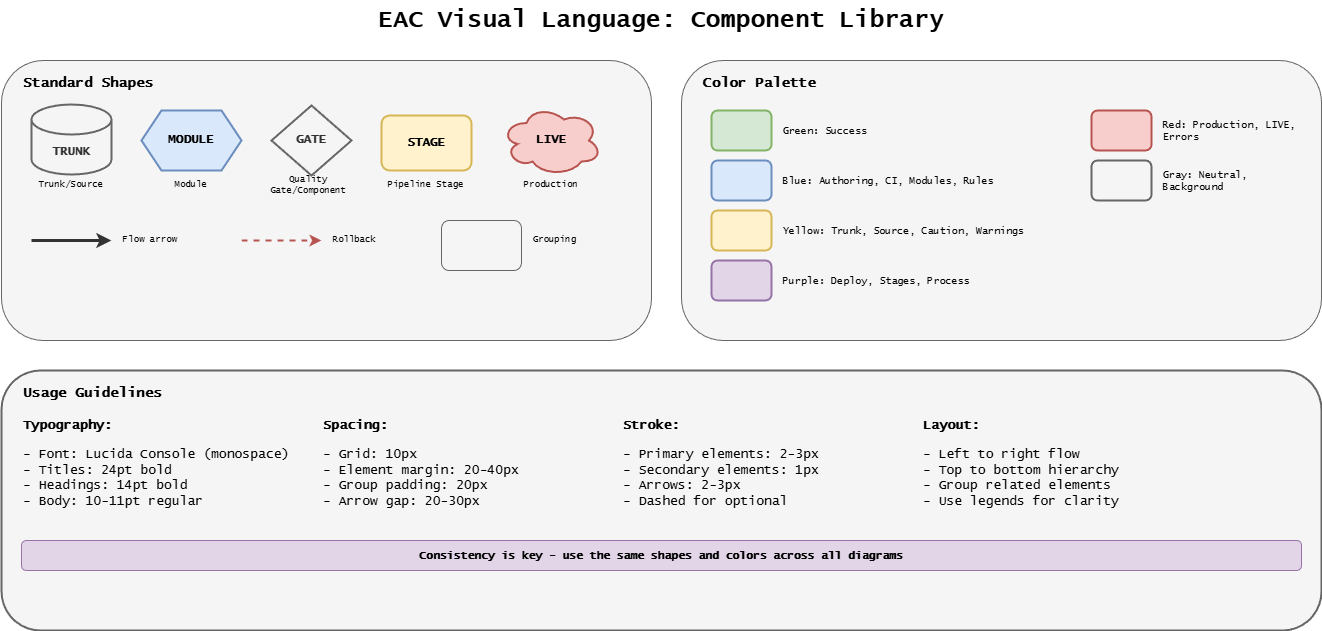
This is docs/assets/assisted/16-eac-visual-language.drawio.png from ready-to-release/eac, a draw.io export, as it was before one commit. Source tidied: cells renumbered, new cells last; positions are measured from the earlier drawing's top-left corner, leaving out a move shared by most shapes.
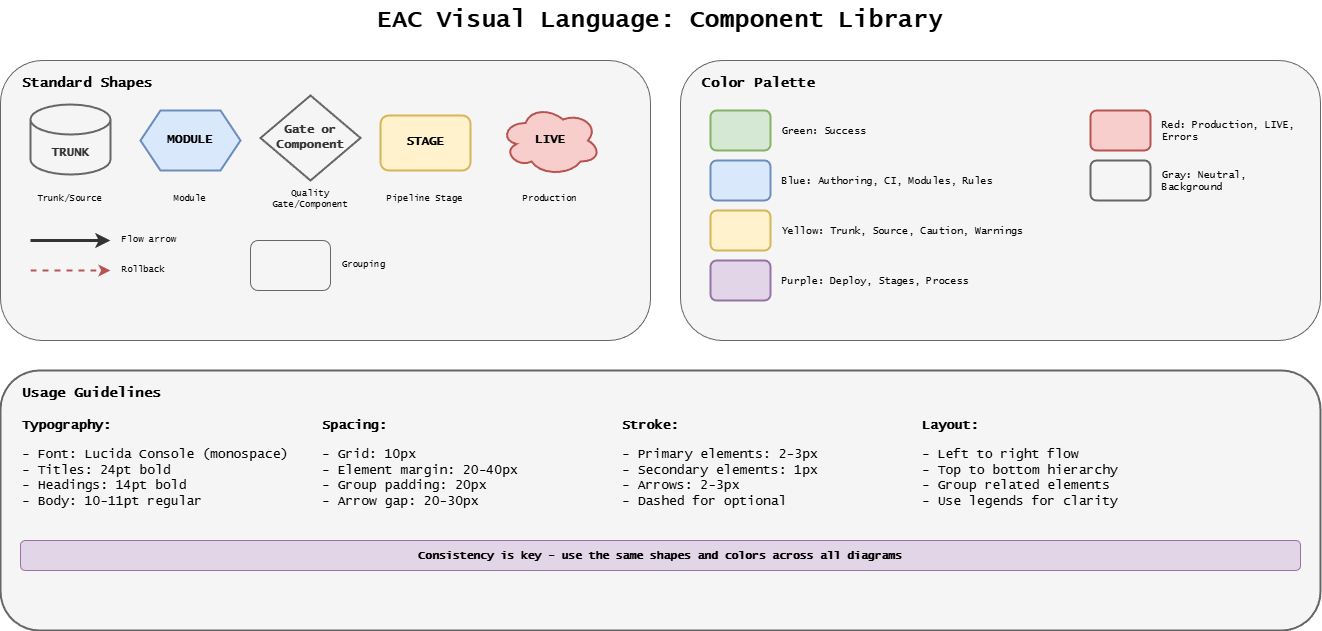
After the commit.

What changed in the source:
```diff
@@ -15,31 +15,31 @@
       <mxGeometry x="30" y="104" width="80" height="70" as="geometry" />
     </mxCell>
     <mxCell id="6" value="Trunk/Source" style="text;html=1;strokeColor=none;fillColor=none;align=center;verticalAlign=middle;whiteSpace=wrap;rounded=0;fontFamily=Lucida Console;fontSize=9;" parent="1" vertex="1">
-      <mxGeometry x="20" y="175" width="100" height="20" as="geometry" />
+      <mxGeometry x="20" y="189" width="100" height="20" as="geometry" />
     </mxCell>
     <mxCell id="7" value="MODULE" style="shape=hexagon;perimeter=hexagonPerimeter2;whiteSpace=wrap;html=1;fixedSize=1;fillColor=#dae8fc;strokeColor=#6c8ebf;strokeWidth=2;fontFamily=Lucida Console;fontStyle=1;" parent="1" vertex="1">
       <mxGeometry x="140" y="110" width="100" height="60" as="geometry" />
     </mxCell>
     <mxCell id="8" value="Module" style="text;html=1;strokeColor=none;fillColor=none;align=center;verticalAlign=middle;whiteSpace=wrap;rounded=0;fontFamily=Lucida Console;fontSize=9;" parent="1" vertex="1">
-      <mxGeometry x="130" y="175" width="120" height="20" as="geometry" />
+      <mxGeometry x="130" y="189" width="120" height="20" as="geometry" />
     </mxCell>
-    <mxCell id="9" value="GATE" style="rhombus;whiteSpace=wrap;html=1;fillColor=#f5f5f5;strokeColor=#666666;strokeWidth=2;fontFamily=Lucida Console;fontStyle=1;fontColor=#333333;" parent="1" vertex="1">
-      <mxGeometry x="270" y="105" width="80" height="70" as="geometry" />
+    <mxCell id="9" value="Gate or&lt;div&gt;Component&lt;/div&gt;" style="rhombus;whiteSpace=wrap;html=1;fillColor=#f5f5f5;strokeColor=#666666;strokeWidth=2;fontFamily=Lucida Console;fontStyle=1;fontColor=#333333;" parent="1" vertex="1">
+      <mxGeometry x="260" y="95" width="100" height="85" as="geometry" />
     </mxCell>
     <mxCell id="10" value="Quality Gate/&lt;span style=&quot;color: rgb(0, 0, 0);&quot;&gt;Component&lt;/span&gt;" style="text;html=1;strokeColor=none;fillColor=none;align=center;verticalAlign=middle;whiteSpace=wrap;rounded=0;fontFamily=Lucida Console;fontSize=9;" parent="1" vertex="1">
-      <mxGeometry x="260" y="175" width="95" height="20" as="geometry" />
+      <mxGeometry x="262.5" y="189" width="95" height="20" as="geometry" />
     </mxCell>
     <mxCell id="11" value="STAGE" style="rounded=1;whiteSpace=wrap;html=1;fillColor=#fff2cc;strokeColor=#d6b656;strokeWidth=2;fontFamily=Lucida Console;fontStyle=1;" parent="1" vertex="1">
       <mxGeometry x="380" y="115" width="90" height="55" as="geometry" />
     </mxCell>
     <mxCell id="12" value="Pipeline Stage" style="text;html=1;strokeColor=none;fillColor=none;align=center;verticalAlign=middle;whiteSpace=wrap;rounded=0;fontFamily=Lucida Console;fontSize=9;" parent="1" vertex="1">
-      <mxGeometry x="375" y="175" width="100" height="20" as="geometry" />
+      <mxGeometry x="375" y="189" width="100" height="20" as="geometry" />
     </mxCell>
     <mxCell id="13" value="LIVE" style="ellipse;shape=cloud;whiteSpace=wrap;html=1;fillColor=#f8cecc;strokeColor=#b85450;strokeWidth=2;fontFamily=Lucida Console;fontStyle=1;" parent="1" vertex="1">
       <mxGeometry x="500" y="105" width="100" height="70" as="geometry" />
     </mxCell>
     <mxCell id="14" value="Production" style="text;html=1;strokeColor=none;fillColor=none;align=center;verticalAlign=middle;whiteSpace=wrap;rounded=0;fontFamily=Lucida Console;fontSize=9;" parent="1" vertex="1">
-      <mxGeometry x="515" y="175" width="70" height="20" as="geometry" />
+      <mxGeometry x="515" y="189" width="70" height="20" as="geometry" />
     </mxCell>
     <mxCell id="15" style="endArrow=classic;html=1;strokeWidth=3;strokeColor=#333333;" parent="1" edge="1">
       <mxGeometry relative="1" as="geometry">
@@ -52,18 +52,18 @@
     </mxCell>
     <mxCell id="17" style="endArrow=classic;html=1;strokeWidth=2;strokeColor=#b85450;dashed=1;" parent="1" edge="1">
       <mxGeometry relative="1" as="geometry">
-        <mxPoint x="240" y="240" as="sourcePoint" />
-        <mxPoint x="320" y="240" as="targetPoint" />
+        <mxPoint x="30" y="270" as="sourcePoint" />
+        <mxPoint x="110" y="270" as="targetPoint" />
       </mxGeometry>
     </mxCell>
     <mxCell id="18" value="Rollback" style="text;html=1;strokeColor=none;fillColor=none;align=left;verticalAlign=middle;whiteSpace=wrap;rounded=0;fontFamily=Lucida Console;fontSize=9;" parent="1" vertex="1">
-      <mxGeometry x="330" y="230" width="70" height="20" as="geometry" />
+      <mxGeometry x="120" y="260" width="70" height="20" as="geometry" />
     </mxCell>
     <mxCell id="19" style="rounded=1;whiteSpace=wrap;html=1;fillColor=none;strokeColor=#666666;strokeWidth=1;strokeDashPattern=8 8;" parent="1" vertex="1">
-      <mxGeometry x="440" y="220" width="80" height="50" as="geometry" />
+      <mxGeometry x="250" y="240" width="80" height="50" as="geometry" />
     </mxCell>
     <mxCell id="20" value="Grouping" style="text;html=1;strokeColor=none;fillColor=none;align=left;verticalAlign=middle;whiteSpace=wrap;rounded=0;fontFamily=Lucida Console;fontSize=9;" parent="1" vertex="1">
-      <mxGeometry x="530" y="230" width="70" height="20" as="geometry" />
+      <mxGeometry x="340" y="255" width="70" height="20" as="geometry" />
     </mxCell>
     <mxCell id="21" style="rounded=1;whiteSpace=wrap;html=1;fillColor=#f5f5f5;strokeColor=#666666;strokeWidth=1;" parent="1" vertex="1">
       <mxGeometry x="680" y="60" width="640" height="280" as="geometry" />
```
